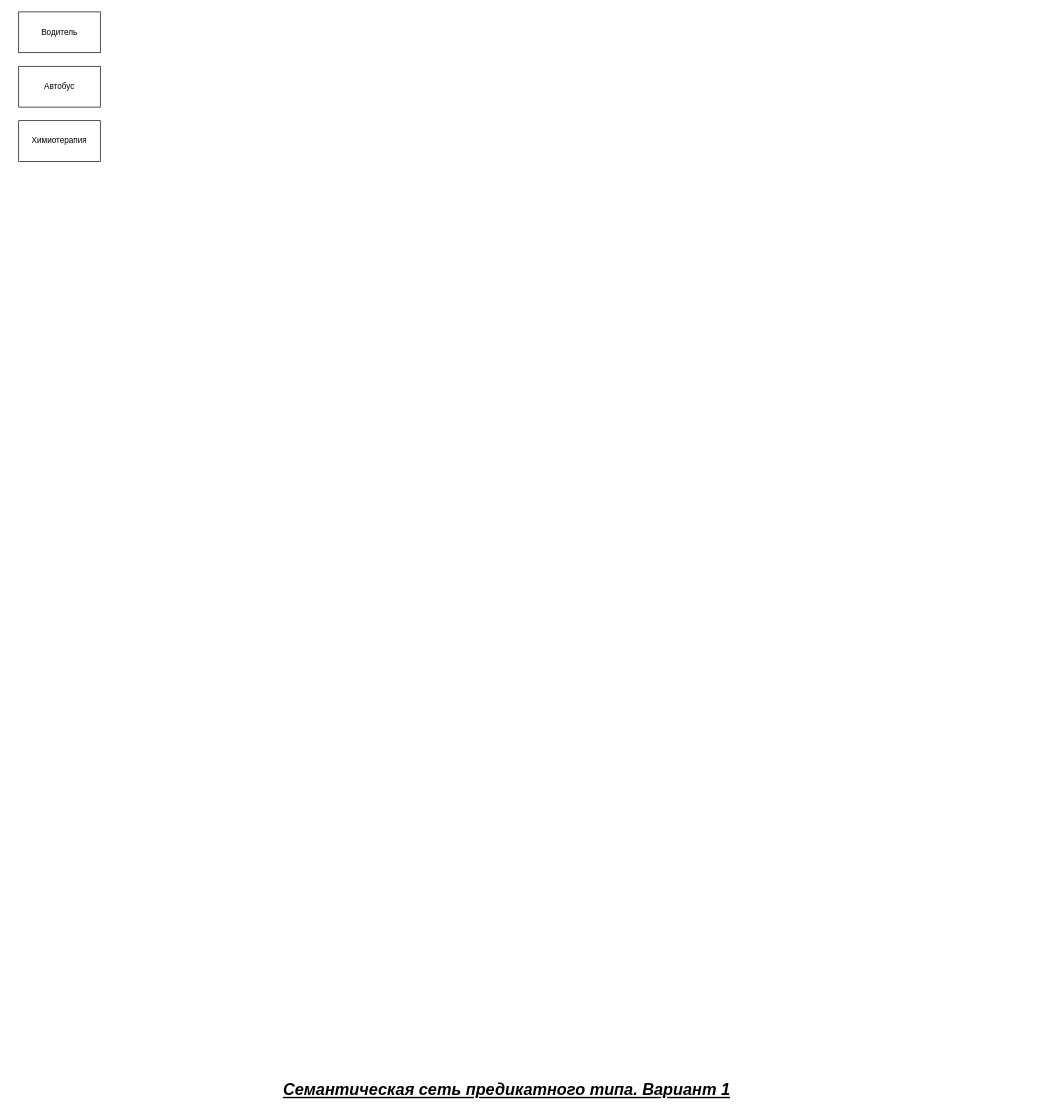
DMfananddu/DSM keeps this draw.io diagram as DZ1_2.drawio. Above is the earlier version. Source tidied: cells renumbered, new cells numbered last; positions are measured from the earlier drawing's top-left corner, leaving out a move shared by most shapes. Both pictures are drawn from the tidied source at 68%, with x=0, y=0 at pixel (18, 12).
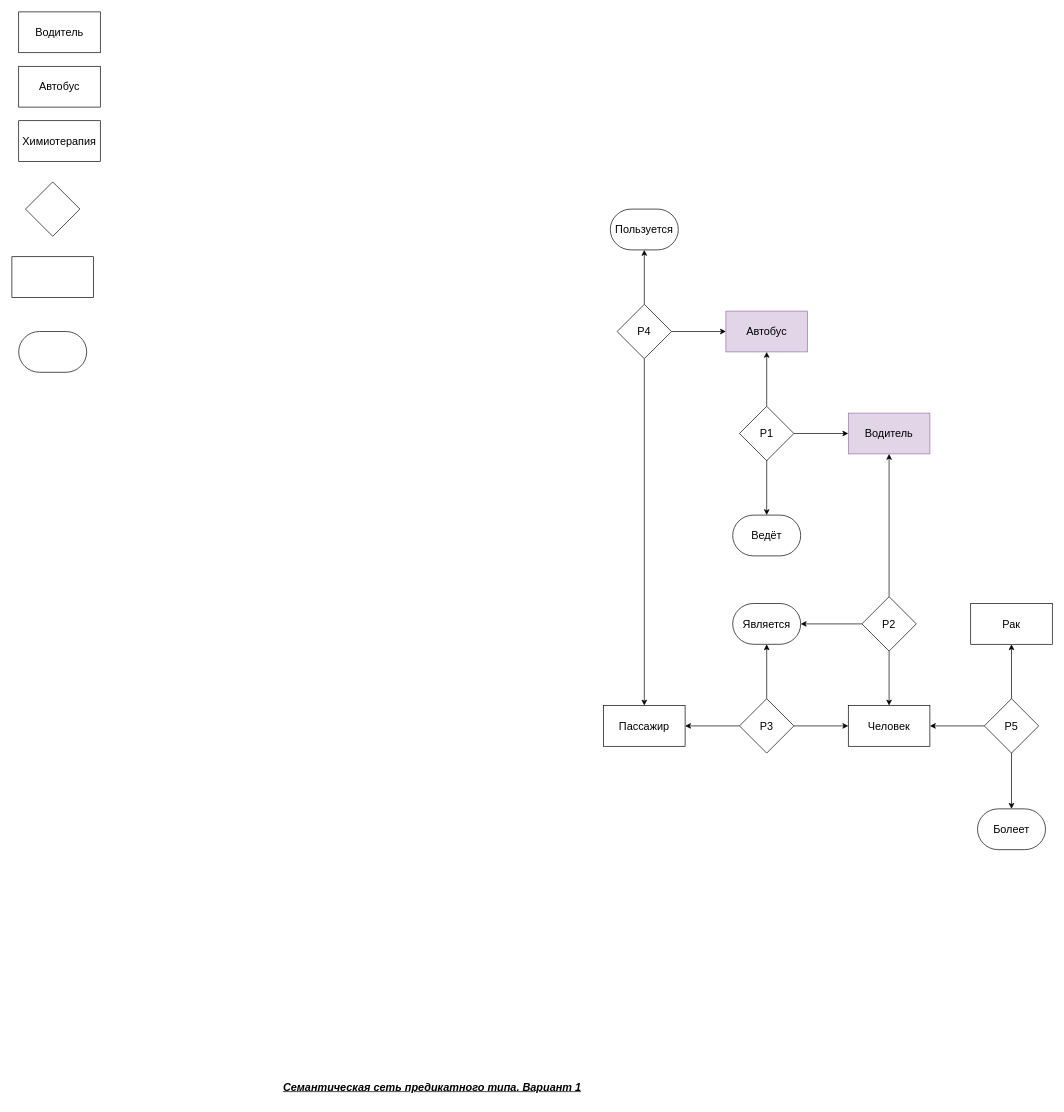
The same page after the edit.

Change to the diagram source:
```diff
@@
-    <mxCell id="2" value="Водитель" style="rounded=0;whiteSpace=wrap;html=1;" parent="1" vertex="1">
+    <mxCell id="2" value="Водитель" style="rounded=0;whiteSpace=wrap;html=1;fontSize=16;" parent="1" vertex="1">
       <mxGeometry width="120" height="60" as="geometry" />
     </mxCell>
-    <mxCell id="3" value="Автобус" style="rounded=0;whiteSpace=wrap;html=1;" parent="1" vertex="1">
+    <mxCell id="3" value="Автобус" style="rounded=0;whiteSpace=wrap;html=1;fontSize=16;" parent="1" vertex="1">
       <mxGeometry y="80" width="120" height="60" as="geometry" />
     </mxCell>
-    <mxCell id="4" value="Химиотерапия" style="rounded=0;whiteSpace=wrap;html=1;" parent="1" vertex="1">
+    <mxCell id="4" value="Химиотерапия" style="rounded=0;whiteSpace=wrap;html=1;fontSize=16;" parent="1" vertex="1">
       <mxGeometry y="160" width="120" height="60" as="geometry" />
     </mxCell>
-    <mxCell id="5" value="Семантическая сеть предикатного типа. Вариант 1" style="text;html=1;align=left;verticalAlign=top;spacingTop=-4;fontSize=24;fontStyle=7;" parent="1" vertex="1">
+    <mxCell id="5" value="Семантическая сеть предикатного типа. Вариант 1" style="text;html=1;align=left;verticalAlign=top;spacingTop=-4;fontSize=16;fontStyle=7;" parent="1" vertex="1">
       <mxGeometry x="387" y="1569" width="580" height="30" as="geometry" />
     </mxCell>
+    <mxCell id="6" style="edgeStyle=orthogonalEdgeStyle;rounded=0;jettySize=auto;html=1;exitX=0.5;exitY=0;exitDx=0;exitDy=0;entryX=0.5;entryY=1;entryDx=0;entryDy=0;fontSize=16;" parent="1" edge="1" source="9" target="10">
+      <mxGeometry relative="1" as="geometry" />
+    </mxCell>
+    <mxCell id="7" style="edgeStyle=orthogonalEdgeStyle;rounded=0;jettySize=auto;html=1;exitX=1;exitY=0.5;exitDx=0;exitDy=0;entryX=0;entryY=0.5;entryDx=0;entryDy=0;fontSize=16;" parent="1" edge="1" source="9" target="15">
+      <mxGeometry relative="1" as="geometry" />
+    </mxCell>
+    <mxCell id="8" style="edgeStyle=orthogonalEdgeStyle;rounded=0;jettySize=auto;html=1;exitX=0.5;exitY=1;exitDx=0;exitDy=0;entryX=0.5;entryY=0;entryDx=0;entryDy=0;entryPerimeter=0;fontSize=16;" parent="1" edge="1" source="9" target="11">
+      <mxGeometry relative="1" as="geometry">
+        <Array as="points">
+          <mxPoint x="1100" y="650" />
+          <mxPoint x="1100" y="650" />
+        </Array>
+      </mxGeometry>
+    </mxCell>
+    <mxCell id="9" value="Р1" style="rhombus;whiteSpace=wrap;html=1;fontSize=16;" parent="1" vertex="1">
+      <mxGeometry x="1060" y="580" width="80" height="80" as="geometry" />
+    </mxCell>
+    <mxCell id="10" value="Автобус" style="rounded=0;whiteSpace=wrap;html=1;fontSize=16;fillColor=#e1d5e7;strokeColor=#9673a6;" parent="1" vertex="1">
+      <mxGeometry x="1040" y="440" width="120" height="60" as="geometry" />
+    </mxCell>
+    <mxCell id="11" value="Ведёт" style="strokeWidth=1;html=1;shape=mxgraph.flowchart.terminator;whiteSpace=wrap;fontSize=16;" parent="1" vertex="1">
+      <mxGeometry x="1050" y="740" width="100" height="60" as="geometry" />
+    </mxCell>
+    <mxCell id="12" style="rhombus;whiteSpace=wrap;html=1;fontSize=16;" parent="1" vertex="1">
+      <mxGeometry x="10" y="250" width="80" height="80" as="geometry" />
+    </mxCell>
+    <mxCell id="13" style="rounded=0;whiteSpace=wrap;html=1;fontSize=16;" parent="1" vertex="1">
+      <mxGeometry x="-10" y="360" width="120" height="60" as="geometry" />
+    </mxCell>
+    <mxCell id="14" style="strokeWidth=1;html=1;shape=mxgraph.flowchart.terminator;whiteSpace=wrap;fontSize=16;" parent="1" vertex="1">
+      <mxGeometry y="470" width="100" height="60" as="geometry" />
+    </mxCell>
+    <mxCell id="15" value="Водитель" style="rounded=0;whiteSpace=wrap;html=1;fontSize=16;fillColor=#e1d5e7;strokeColor=#9673a6;" parent="1" vertex="1">
+      <mxGeometry x="1220" y="590" width="120" height="60" as="geometry" />
+    </mxCell>
+    <mxCell id="16" style="edgeStyle=orthogonalEdgeStyle;rounded=0;jettySize=auto;html=1;exitX=0;exitY=0.5;exitDx=0;exitDy=0;entryX=1;entryY=0.5;entryDx=0;entryDy=0;entryPerimeter=0;fontSize=16;" parent="1" edge="1" source="19" target="20">
+      <mxGeometry relative="1" as="geometry" />
+    </mxCell>
+    <mxCell id="17" style="edgeStyle=orthogonalEdgeStyle;rounded=0;jettySize=auto;html=1;exitX=0.5;exitY=0;exitDx=0;exitDy=0;entryX=0.5;entryY=1;entryDx=0;entryDy=0;fontSize=16;" parent="1" edge="1" source="19" target="15">
+      <mxGeometry relative="1" as="geometry" />
+    </mxCell>
+    <mxCell id="18" style="edgeStyle=orthogonalEdgeStyle;rounded=0;jettySize=auto;html=1;exitX=0.5;exitY=1;exitDx=0;exitDy=0;entryX=0.5;entryY=0;entryDx=0;entryDy=0;" parent="1" edge="1" source="19" target="21">
+      <mxGeometry relative="1" as="geometry" />
+    </mxCell>
+    <mxCell id="19" value="Р2" style="rhombus;whiteSpace=wrap;html=1;fontSize=16;" parent="1" vertex="1">
+      <mxGeometry x="1240" y="860" width="80" height="80" as="geometry" />
+    </mxCell>
+    <mxCell id="20" value="Является" style="strokeWidth=1;html=1;shape=mxgraph.flowchart.terminator;whiteSpace=wrap;fontSize=16;" parent="1" vertex="1">
+      <mxGeometry x="1050" y="870" width="100" height="60" as="geometry" />
+    </mxCell>
+    <mxCell id="21" value="Человек" style="rounded=0;whiteSpace=wrap;html=1;fontSize=16;" parent="1" vertex="1">
+      <mxGeometry x="1220" y="1020" width="120" height="60" as="geometry" />
+    </mxCell>
+    <mxCell id="22" style="edgeStyle=orthogonalEdgeStyle;rounded=0;jettySize=auto;html=1;exitX=0.5;exitY=0;exitDx=0;exitDy=0;entryX=0.5;entryY=1;entryDx=0;entryDy=0;" parent="1" edge="1" source="25" target="26">
+      <mxGeometry relative="1" as="geometry" />
+    </mxCell>
+    <mxCell id="23" style="edgeStyle=orthogonalEdgeStyle;rounded=0;jettySize=auto;html=1;exitX=0;exitY=0.5;exitDx=0;exitDy=0;entryX=1;entryY=0.5;entryDx=0;entryDy=0;" parent="1" edge="1" source="25" target="21">
+      <mxGeometry relative="1" as="geometry" />
+    </mxCell>
+    <mxCell id="24" style="edgeStyle=orthogonalEdgeStyle;rounded=0;jettySize=auto;html=1;exitX=0.5;exitY=1;exitDx=0;exitDy=0;entryX=0.5;entryY=0;entryDx=0;entryDy=0;entryPerimeter=0;" parent="1" edge="1" source="25" target="27">
+      <mxGeometry relative="1" as="geometry" />
+    </mxCell>
+    <mxCell id="25" value="Р5" style="rhombus;whiteSpace=wrap;html=1;fontSize=16;" parent="1" vertex="1">
+      <mxGeometry x="1420" y="1010" width="80" height="80" as="geometry" />
+    </mxCell>
+    <mxCell id="26" value="Рак" style="rounded=0;whiteSpace=wrap;html=1;fontSize=16;" parent="1" vertex="1">
+      <mxGeometry x="1400" y="870" width="120" height="60" as="geometry" />
+    </mxCell>
+    <mxCell id="27" value="Болеет" style="strokeWidth=1;html=1;shape=mxgraph.flowchart.terminator;whiteSpace=wrap;fontSize=16;" parent="1" vertex="1">
+      <mxGeometry x="1410" y="1172" width="100" height="60" as="geometry" />
+    </mxCell>
+    <mxCell id="28" style="edgeStyle=orthogonalEdgeStyle;rounded=0;jettySize=auto;html=1;exitX=0.5;exitY=0;exitDx=0;exitDy=0;entryX=0.5;entryY=1;entryDx=0;entryDy=0;entryPerimeter=0;" parent="1" edge="1" source="31" target="20">
+      <mxGeometry relative="1" as="geometry" />
+    </mxCell>
+    <mxCell id="29" style="edgeStyle=orthogonalEdgeStyle;rounded=0;jettySize=auto;html=1;exitX=1;exitY=0.5;exitDx=0;exitDy=0;entryX=0;entryY=0.5;entryDx=0;entryDy=0;" parent="1" edge="1" source="31" target="21">
+      <mxGeometry relative="1" as="geometry" />
+    </mxCell>
+    <mxCell id="30" style="edgeStyle=orthogonalEdgeStyle;rounded=0;jettySize=auto;html=1;exitX=0;exitY=0.5;exitDx=0;exitDy=0;entryX=1;entryY=0.5;entryDx=0;entryDy=0;" parent="1" edge="1" source="31" target="33">
+      <mxGeometry relative="1" as="geometry" />
+    </mxCell>
+    <mxCell id="31" value="Р3" style="rhombus;whiteSpace=wrap;html=1;fontSize=16;" parent="1" vertex="1">
+      <mxGeometry x="1060" y="1010" width="80" height="80" as="geometry" />
+    </mxCell>
+    <mxCell id="32" value="Пользуется" style="strokeWidth=1;html=1;shape=mxgraph.flowchart.terminator;whiteSpace=wrap;fontSize=16;" parent="1" vertex="1">
+      <mxGeometry x="870" y="290" width="100" height="60" as="geometry" />
+    </mxCell>
+    <mxCell id="33" value="Пассажир" style="rounded=0;whiteSpace=wrap;html=1;fontSize=16;" parent="1" vertex="1">
+      <mxGeometry x="860" y="1020" width="120" height="60" as="geometry" />
+    </mxCell>
+    <mxCell id="34" style="edgeStyle=orthogonalEdgeStyle;rounded=0;jettySize=auto;html=1;exitX=0.5;exitY=1;exitDx=0;exitDy=0;entryX=0.5;entryY=0;entryDx=0;entryDy=0;" parent="1" edge="1" source="37" target="33">
+      <mxGeometry relative="1" as="geometry" />
+    </mxCell>
+    <mxCell id="35" style="edgeStyle=orthogonalEdgeStyle;rounded=0;jettySize=auto;html=1;exitX=1;exitY=0.5;exitDx=0;exitDy=0;entryX=0;entryY=0.5;entryDx=0;entryDy=0;" parent="1" edge="1" source="37" target="10">
+      <mxGeometry relative="1" as="geometry" />
+    </mxCell>
+    <mxCell id="36" style="edgeStyle=orthogonalEdgeStyle;rounded=0;jettySize=auto;html=1;exitX=0.5;exitY=0;exitDx=0;exitDy=0;entryX=0.5;entryY=1;entryDx=0;entryDy=0;entryPerimeter=0;" parent="1" edge="1" source="37" target="32">
+      <mxGeometry relative="1" as="geometry" />
+    </mxCell>
+    <mxCell id="37" value="Р4" style="rhombus;whiteSpace=wrap;html=1;fontSize=16;" parent="1" vertex="1">
+      <mxGeometry x="880" y="430" width="80" height="80" as="geometry" />
+    </mxCell>
```
